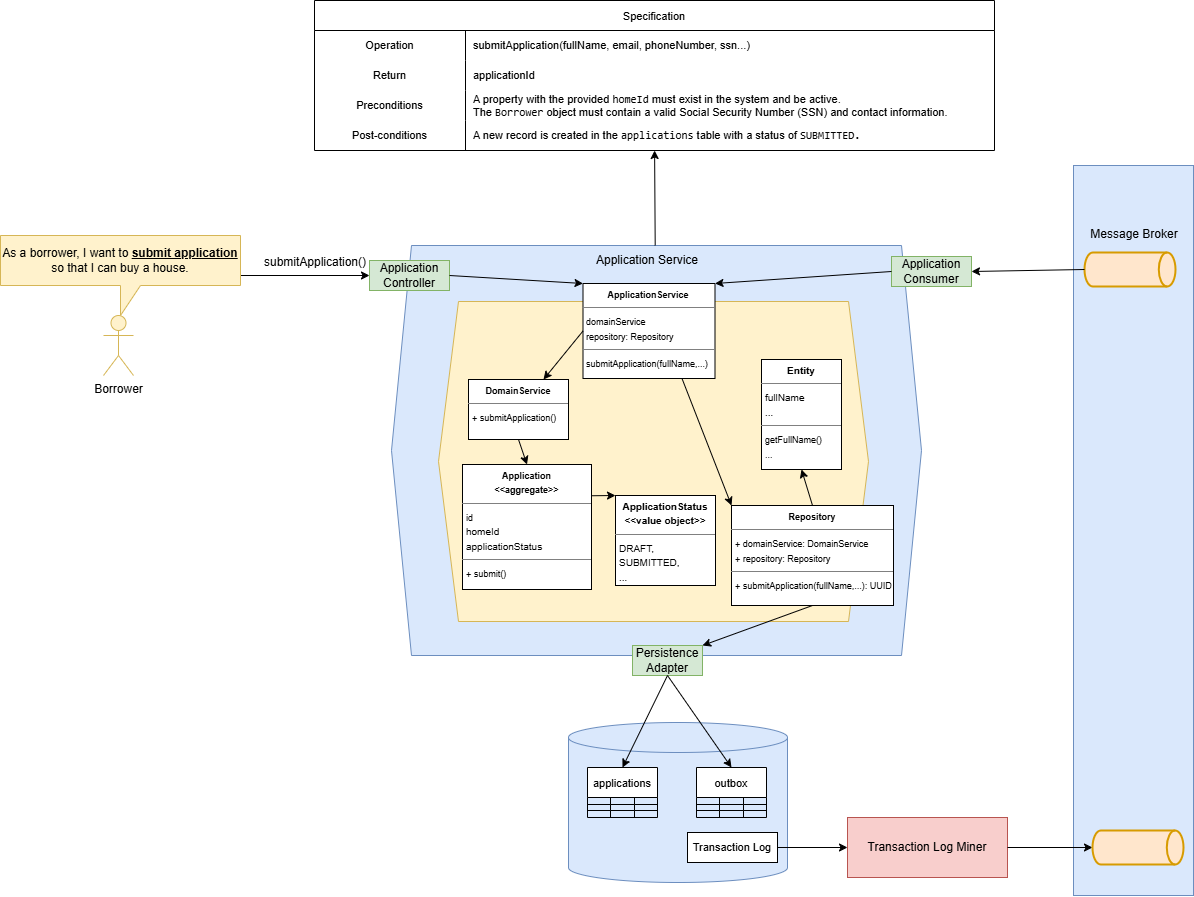
Above: 02-architecture/05-service-design.png in huynm20051990/loan-origination-system (draw.io), before the change. Source tidied: cells renumbered, new cells last; positions are measured from the earlier drawing's top-left corner, leaving out a move shared by most shapes.
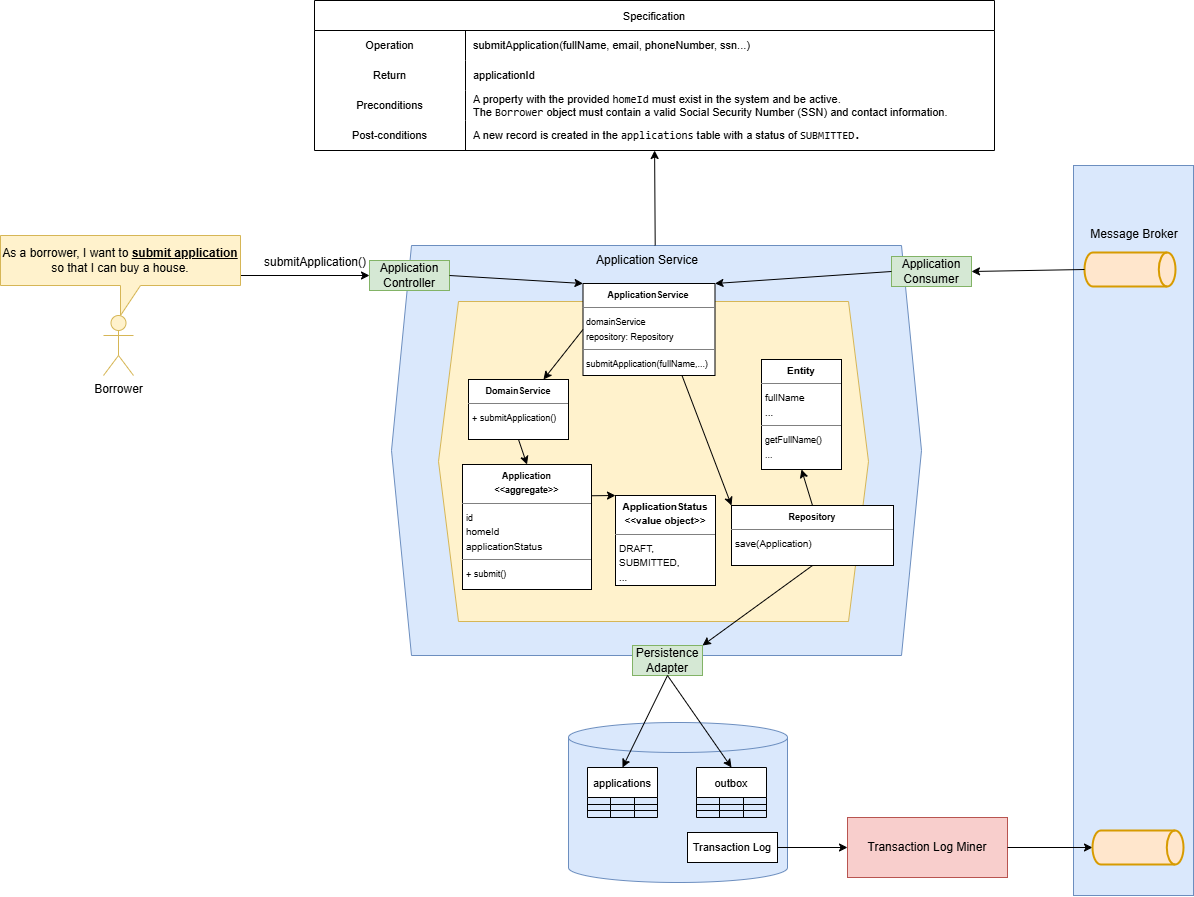
The same file after the commit.

Commit message:
Update service design

Diff of the diagram source:
```diff
@@ -188,14 +188,14 @@
     <mxCell id="63" style="endArrow=classic;html=1;rounded=0;" parent="1" edge="1" source="5" target="19">
       <mxGeometry relative="1" as="geometry" />
     </mxCell>
-    <mxCell id="64" value="&lt;p style=&quot;margin:0px;margin-top:4px;text-align:center;&quot;&gt;&lt;b&gt;&lt;font style=&quot;font-size: 9px;&quot;&gt;ApplicationService&lt;/font&gt;&lt;/b&gt;&lt;/p&gt;&lt;hr size=&quot;1&quot; style=&quot;border-style:solid;&quot;&gt;&lt;p style=&quot;margin:0px;margin-left:4px;&quot;&gt;&lt;font style=&quot;font-size: 9px;&quot;&gt;domainService&lt;/font&gt;&lt;/p&gt;&lt;p style=&quot;margin:0px;margin-left:4px;&quot;&gt;&lt;font style=&quot;font-size: 9px;&quot;&gt;repository: Repository&lt;/font&gt;&lt;/p&gt;&lt;hr size=&quot;1&quot; style=&quot;border-style:solid;&quot;&gt;&lt;p style=&quot;margin:0px;margin-left:4px;&quot;&gt;&lt;font style=&quot;font-size: 9px;&quot;&gt;submitApplication(fullName,...)&lt;/font&gt;&lt;/p&gt;" style="verticalAlign=top;align=left;overflow=fill;html=1;whiteSpace=wrap;" parent="1" vertex="1">
-      <mxGeometry x="582.5" y="283" width="132" height="95" as="geometry" />
+    <mxCell id="64" value="&lt;p style=&quot;margin:0px;margin-top:4px;text-align:center;&quot;&gt;&lt;b&gt;&lt;font style=&quot;font-size: 9px;&quot;&gt;ApplicationService&lt;br&gt;&lt;/font&gt;&lt;/b&gt;&lt;/p&gt;&lt;hr size=&quot;1&quot; style=&quot;border-style:solid;&quot;&gt;&lt;p style=&quot;margin:0px;margin-left:4px;&quot;&gt;&lt;font style=&quot;font-size: 9px;&quot;&gt;domainService&lt;/font&gt;&lt;/p&gt;&lt;p style=&quot;margin:0px;margin-left:4px;&quot;&gt;&lt;font style=&quot;font-size: 9px;&quot;&gt;repository: Repository&lt;/font&gt;&lt;/p&gt;&lt;hr size=&quot;1&quot; style=&quot;border-style:solid;&quot;&gt;&lt;p style=&quot;margin:0px;margin-left:4px;&quot;&gt;&lt;font style=&quot;font-size: 9px;&quot;&gt;submitApplication(fullName,...)&lt;/font&gt;&lt;/p&gt;" style="verticalAlign=top;align=left;overflow=fill;html=1;whiteSpace=wrap;" parent="1" vertex="1">
+      <mxGeometry x="582.5" y="283" width="132" height="92" as="geometry" />
     </mxCell>
     <mxCell id="65" value="&lt;p style=&quot;margin:0px;margin-top:4px;text-align:center;&quot;&gt;&lt;b&gt;&lt;font style=&quot;font-size: 9px;&quot;&gt;DomainService&lt;/font&gt;&lt;/b&gt;&lt;/p&gt;&lt;hr size=&quot;1&quot; style=&quot;border-style:solid;&quot;&gt;&lt;p style=&quot;margin:0px;margin-left:4px;&quot;&gt;&lt;/p&gt;&lt;p style=&quot;margin:0px;margin-left:4px;&quot;&gt;&lt;font style=&quot;font-size: 9px;&quot;&gt;+ submitApplication()&lt;/font&gt;&lt;/p&gt;" style="verticalAlign=top;align=left;overflow=fill;html=1;whiteSpace=wrap;" parent="1" vertex="1">
       <mxGeometry x="468" y="379" width="100" height="60" as="geometry" />
     </mxCell>
-    <mxCell id="66" value="&lt;p style=&quot;margin:0px;margin-top:4px;text-align:center;&quot;&gt;&lt;b&gt;&lt;font style=&quot;font-size: 9px;&quot;&gt;Repository&lt;/font&gt;&lt;/b&gt;&lt;/p&gt;&lt;hr size=&quot;1&quot; style=&quot;border-style:solid;&quot;&gt;&lt;p style=&quot;margin:0px;margin-left:4px;&quot;&gt;&lt;font style=&quot;font-size: 9px;&quot;&gt;+ domainService: DomainService&lt;/font&gt;&lt;/p&gt;&lt;p style=&quot;margin:0px;margin-left:4px;&quot;&gt;&lt;font style=&quot;font-size: 9px;&quot;&gt;+ repository: Repository&lt;/font&gt;&lt;/p&gt;&lt;hr size=&quot;1&quot; style=&quot;border-style:solid;&quot;&gt;&lt;p style=&quot;margin:0px;margin-left:4px;&quot;&gt;&lt;font style=&quot;font-size: 9px;&quot;&gt;+ submitApplication(fullName,...): UUID&lt;/font&gt;&lt;/p&gt;" style="verticalAlign=top;align=left;overflow=fill;html=1;whiteSpace=wrap;" parent="1" vertex="1">
-      <mxGeometry x="731" y="505" width="162" height="100" as="geometry" />
+    <mxCell id="66" value="&lt;p style=&quot;margin:0px;margin-top:4px;text-align:center;&quot;&gt;&lt;b&gt;&lt;font style=&quot;font-size: 9px;&quot;&gt;Repository&lt;/font&gt;&lt;/b&gt;&lt;/p&gt;&lt;hr size=&quot;1&quot; style=&quot;border-style:solid;&quot;&gt;&lt;p style=&quot;margin:0px;margin-left:4px;&quot;&gt;&lt;/p&gt;&lt;p style=&quot;margin:0px;margin-left:4px;&quot;&gt;&lt;font size=&quot;1&quot;&gt;save(Application)&lt;/font&gt;&lt;/p&gt;" style="verticalAlign=top;align=left;overflow=fill;html=1;whiteSpace=wrap;" parent="1" vertex="1">
+      <mxGeometry x="731" y="505" width="162" height="60" as="geometry" />
     </mxCell>
     <mxCell id="67" value="&lt;p style=&quot;margin:0px;margin-top:4px;text-align:center;&quot;&gt;&lt;b&gt;&lt;font style=&quot;font-size: 9px;&quot;&gt;Application&lt;br&gt;&amp;lt;&amp;lt;aggregate&amp;gt;&amp;gt;&lt;/font&gt;&lt;/b&gt;&lt;/p&gt;&lt;hr size=&quot;1&quot; style=&quot;border-style:solid;&quot;&gt;&lt;p style=&quot;margin:0px;margin-left:4px;&quot;&gt;&lt;font style=&quot;font-size: 9px;&quot;&gt;id&lt;/font&gt;&lt;/p&gt;&lt;p style=&quot;margin:0px;margin-left:4px;&quot;&gt;&lt;font size=&quot;1&quot;&gt;homeId&lt;br&gt;applicationStatus&lt;/font&gt;&lt;/p&gt;&lt;hr size=&quot;1&quot; style=&quot;border-style:solid;&quot;&gt;&lt;p style=&quot;margin:0px;margin-left:4px;&quot;&gt;&lt;font style=&quot;font-size: 9px;&quot;&gt;+ submit()&lt;/font&gt;&lt;/p&gt;" style="verticalAlign=top;align=left;overflow=fill;html=1;whiteSpace=wrap;" parent="1" vertex="1">
       <mxGeometry x="462" y="464" width="129" height="125" as="geometry" />
```
